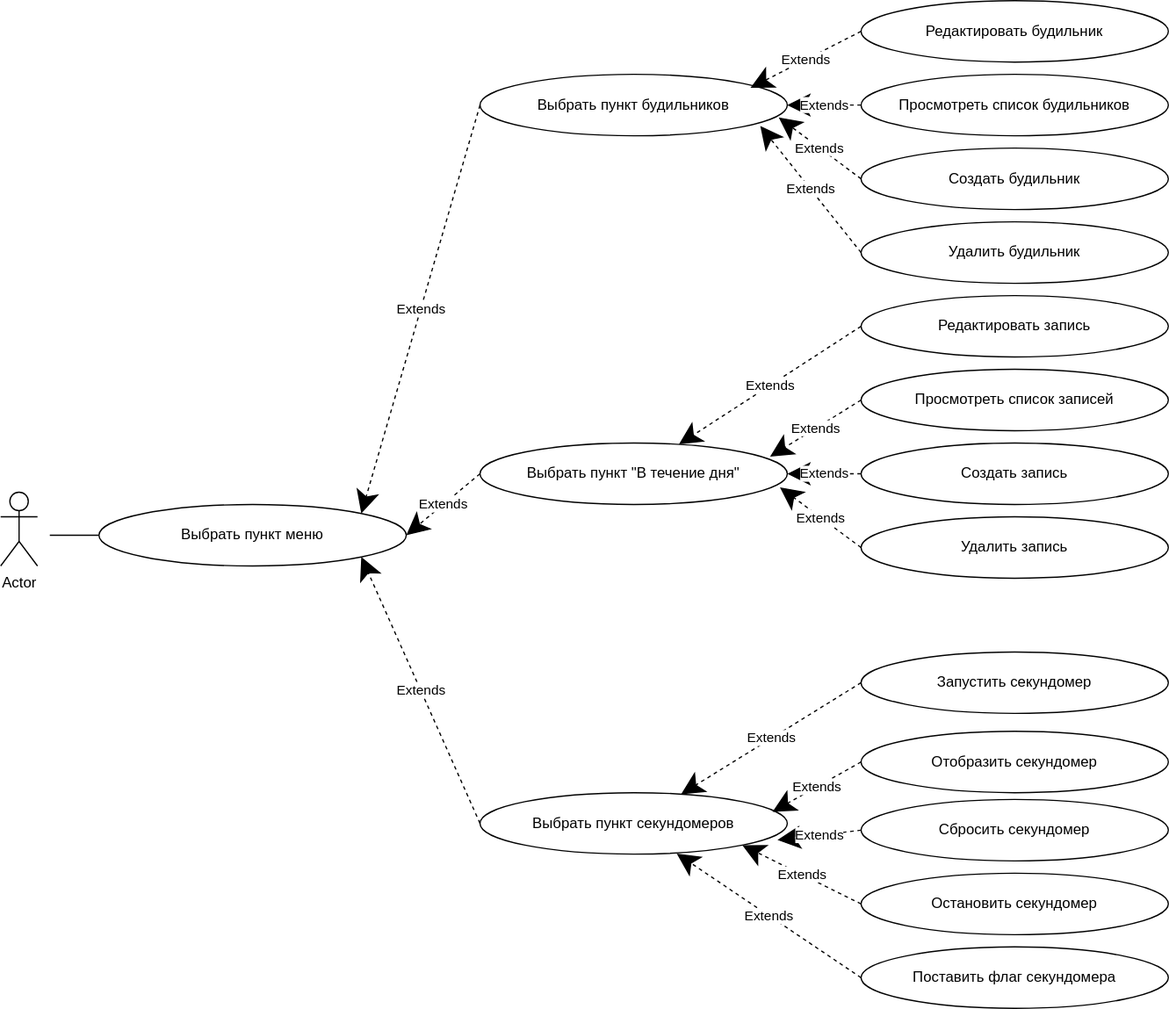
Before: Изображения/Лаба-Сценарии использования.svg, a diagram exported from draw.io (izen57/PPO). Source tidied: cells renumbered, new cells last; positions are measured from the earlier drawing's top-left corner, leaving out a move shared by most shapes.
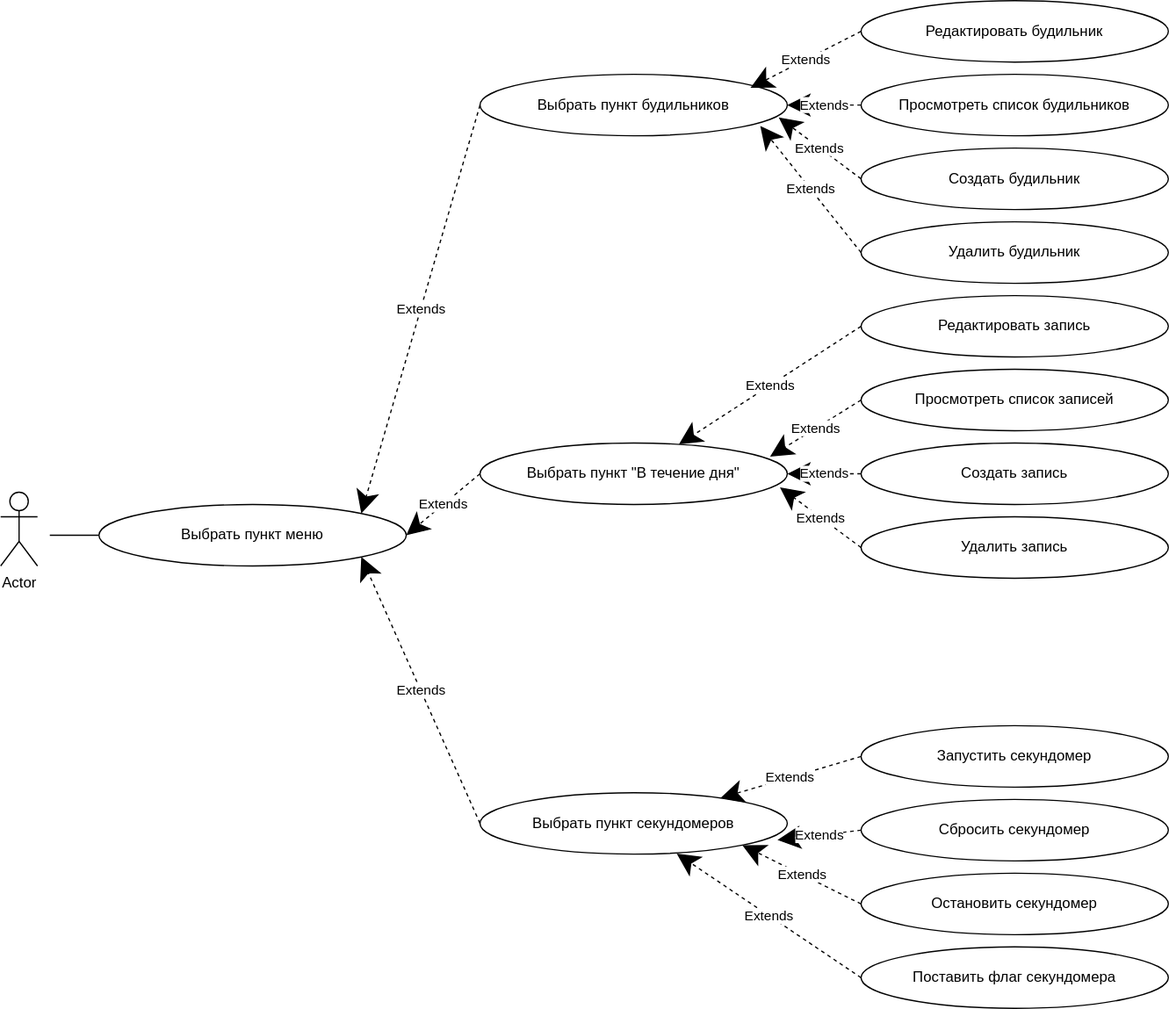
Later version of the same file.

The edit, as a diff of the source:
```diff
@@ -9,7 +9,7 @@
       <mxGeometry x="700" y="360" width="250" height="50" as="geometry" />
     </mxCell>
     <mxCell id="4" value="Запустить секундомер" style="ellipse;whiteSpace=wrap;html=1;" parent="1" vertex="1">
-      <mxGeometry x="700" y="530" width="250" height="50" as="geometry" />
+      <mxGeometry x="700" y="590" width="250" height="50" as="geometry" />
     </mxCell>
     <mxCell id="5" value="Выбрать пункт меню" style="ellipse;whiteSpace=wrap;html=1;" parent="1" vertex="1">
       <mxGeometry x="80" y="410" width="250" height="50" as="geometry" />
@@ -98,12 +98,6 @@
     <mxCell id="32" value="Extends" style="endArrow=classic;endSize=16;endFill=1;html=1;rounded=0;exitX=0;exitY=0.5;exitDx=0;exitDy=0;dashed=1;entryX=1;entryY=1;entryDx=0;entryDy=0;" parent="1" edge="1" source="31" target="13">
       <mxGeometry relative="1" as="geometry" />
     </mxCell>
-    <mxCell id="33" value="Отобразить секундомер" style="ellipse;whiteSpace=wrap;html=1;" parent="1" vertex="1">
-      <mxGeometry x="700" y="594.5" width="250" height="50" as="geometry" />
-    </mxCell>
-    <mxCell id="34" value="Extends" style="endArrow=classic;endSize=16;endFill=1;html=1;rounded=0;entryX=0.952;entryY=0.31;entryDx=0;entryDy=0;exitX=0;exitY=0.5;exitDx=0;exitDy=0;dashed=1;entryPerimeter=0;" parent="1" edge="1" source="33" target="13">
-      <mxGeometry relative="1" as="geometry" />
-    </mxCell>
     <mxCell id="35" value="Поставить флаг секундомера" style="ellipse;whiteSpace=wrap;html=1;" parent="1" vertex="1">
       <mxGeometry x="700" y="770" width="250" height="50" as="geometry" />
     </mxCell>
```
